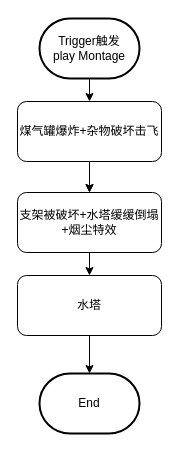
LittleTrain0321/15150400109Wy keeps this draw.io diagram as 水塔倒塌.drawio. Above is the earlier version. Source tidied: cells renumbered, new cells numbered last; positions are measured from the earlier drawing's top-left corner, leaving out a move shared by most shapes. Both pictures are drawn from the tidied source at 100%, with x=0, y=0 at pixel (17, 18).
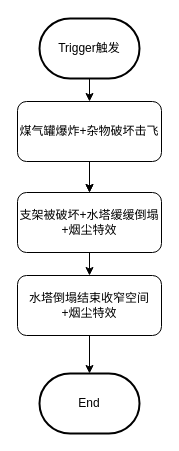
The same diagram, later.

Commit message:
更新水塔倒塌.drawio

The edit, as a diff of the source:
```diff
@@
 <mxGraphModel>
   <root>
     <mxCell id="0" />
     <mxCell id="1" parent="0" />
     <mxCell id="2" style="edgeStyle=orthogonalEdgeStyle;rounded=0;jettySize=auto;html=1;exitX=0.5;exitY=1;exitDx=0;exitDy=0;entryX=0.5;entryY=0;entryDx=0;entryDy=0;" parent="1" edge="1" source="4" target="8">
       <mxGeometry relative="1" as="geometry" />
     </mxCell>
     <mxCell id="3" style="edgeStyle=orthogonalEdgeStyle;rounded=0;jettySize=auto;html=1;" parent="1" edge="1" source="4" target="8">
       <mxGeometry relative="1" as="geometry" />
     </mxCell>
     <mxCell id="4" value="煤气罐爆炸+杂物破坏击飞" style="rounded=1;whiteSpace=wrap;html=1;" parent="1" vertex="1">
       <mxGeometry y="83" width="144" height="60" as="geometry" />
     </mxCell>
     <mxCell id="5" style="edgeStyle=orthogonalEdgeStyle;rounded=0;jettySize=auto;html=1;exitX=0.5;exitY=1;exitDx=0;exitDy=0;exitPerimeter=0;" parent="1" edge="1" source="6" target="4">
       <mxGeometry relative="1" as="geometry" />
     </mxCell>
-    <mxCell id="6" value="Trigger触发&lt;br&gt;play Montage" style="strokeWidth=2;html=1;shape=mxgraph.flowchart.terminator;whiteSpace=wrap;" parent="1" vertex="1">
+    <mxCell id="6" value="Trigger触发" style="strokeWidth=2;html=1;shape=mxgraph.flowchart.terminator;whiteSpace=wrap;" parent="1" vertex="1">
       <mxGeometry x="22" width="100" height="60" as="geometry" />
     </mxCell>
     <mxCell id="7" value="End" style="strokeWidth=2;html=1;shape=mxgraph.flowchart.terminator;whiteSpace=wrap;" parent="1" vertex="1">
       <mxGeometry x="22" y="355" width="100" height="60" as="geometry" />
     </mxCell>
     <mxCell id="8" value="支架被破坏+水塔缓缓倒塌+烟尘特效" style="rounded=1;whiteSpace=wrap;html=1;" parent="1" vertex="1">
       <mxGeometry y="174" width="144" height="60" as="geometry" />
     </mxCell>
     <mxCell id="9" style="edgeStyle=orthogonalEdgeStyle;rounded=0;jettySize=auto;html=1;exitX=0.5;exitY=1;exitDx=0;exitDy=0;entryX=0.5;entryY=0;entryDx=0;entryDy=0;" parent="1" edge="1" source="8" target="11">
       <mxGeometry relative="1" as="geometry" />
     </mxCell>
     <mxCell id="10" style="edgeStyle=orthogonalEdgeStyle;rounded=0;jettySize=auto;html=1;exitX=0.5;exitY=1;exitDx=0;exitDy=0;" parent="1" edge="1" source="11" target="7">
       <mxGeometry relative="1" as="geometry" />
     </mxCell>
-    <mxCell id="11" value="水塔" style="rounded=1;whiteSpace=wrap;html=1;" parent="1" vertex="1">
+    <mxCell id="11" value="水塔倒塌结束收窄空间&lt;br&gt;+烟尘特效" style="rounded=1;whiteSpace=wrap;html=1;" parent="1" vertex="1">
       <mxGeometry y="257" width="144" height="60" as="geometry" />
     </mxCell>
   </root>
 </mxGraphModel>
```
